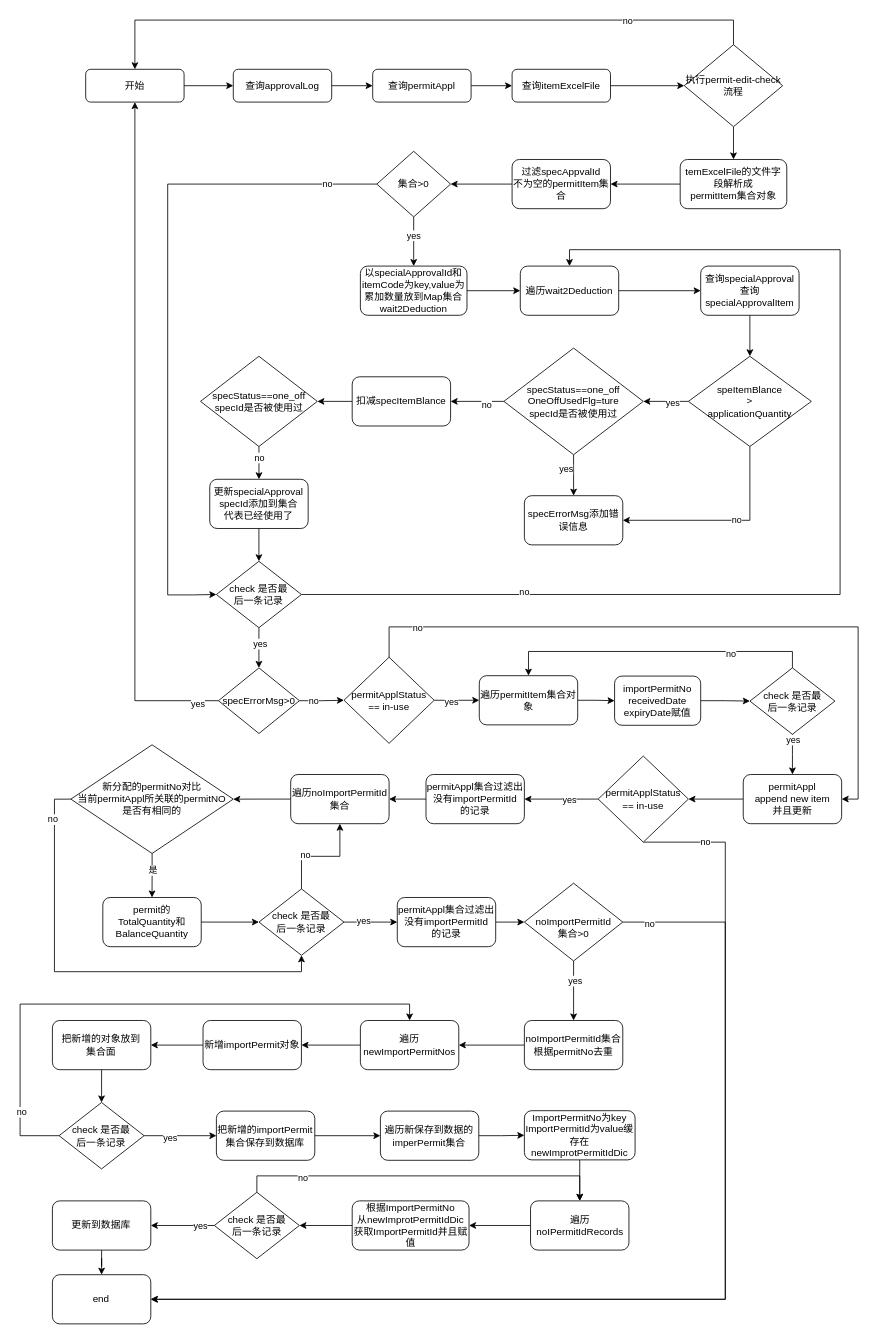
This is permit-append-appraved.drawio from 1119132473/doc, a draw.io file, before an edit. Source tidied: cells renumbered, new cells numbered last; positions are measured from the earlier drawing's top-left corner, leaving out a move shared by most shapes. Both pictures are drawn from the tidied source at 82%, with x=0, y=0 at pixel (20, 20).
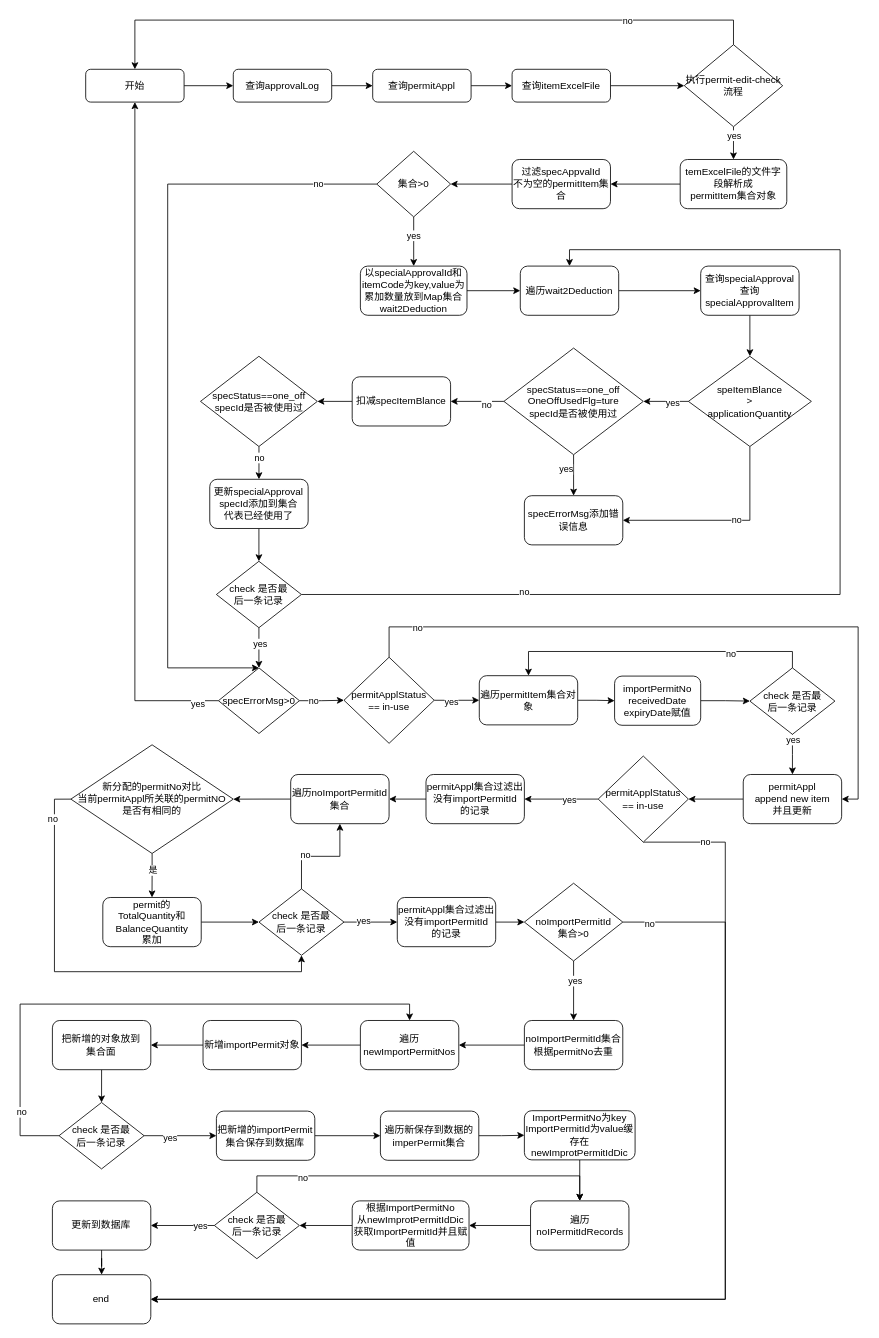
The same diagram, later.

The change refers to these unchanged cells:
```xml
<mxCell id="12" style="edgeStyle=orthogonalEdgeStyle;rounded=0;jettySize=auto;html=1;" parent="1" edge="1" source="13" target="15">
  <mxGeometry relative="1" as="geometry" />
</mxCell>
<mxCell id="22" value="集合&amp;gt;0" style="rhombus;whiteSpace=wrap;html=1;" parent="1" vertex="1">
  <mxGeometry x="435" y="160" width="90" height="80" as="geometry" />
</mxCell>
<mxCell id="55" value="specErrorMsg&amp;gt;0" style="rhombus;whiteSpace=wrap;html=1;" parent="1" vertex="1">
  <mxGeometry x="241.9" y="790" width="98.8" height="80" as="geometry" />
</mxCell>
<mxCell id="65" value="&lt;div&gt;check 是否最&lt;/div&gt;&lt;div&gt;后一条记录&lt;/div&gt;" style="rhombus;whiteSpace=wrap;html=1;" parent="1" vertex="1">
  <mxGeometry x="239.4" y="660" width="103.7" height="81" as="geometry" />
</mxCell>
```

What changed in the source:
```diff
@@
+    <mxCell id="132" value="yes" style="edgeLabel;html=1;align=center;verticalAlign=middle;" parent="12" vertex="1">
+      <mxGeometry x="-0.66" relative="1" as="geometry">
+        <mxPoint y="3" as="offset" />
+      </mxGeometry>
+    </mxCell>
@@
-    <mxCell id="20" style="edgeStyle=orthogonalEdgeStyle;rounded=0;jettySize=auto;html=1;entryX=0;entryY=0.5;entryDx=0;entryDy=0;" parent="1" edge="1" source="22" target="65">
+    <mxCell id="20" style="edgeStyle=orthogonalEdgeStyle;rounded=0;jettySize=auto;html=1;entryX=0.5;entryY=0;entryDx=0;entryDy=0;" parent="1" edge="1" source="22" target="55">
       <mxGeometry relative="1" as="geometry">
         <Array as="points">
           <mxPoint x="180" y="200" />
-          <mxPoint x="180" y="701" />
-          <mxPoint x="210" y="701" />
+          <mxPoint x="180" y="790" />
         </Array>
       </mxGeometry>
     </mxCell>
@@
-    <mxCell id="88" value="&lt;div&gt;permit的&lt;/div&gt;&lt;div&gt;TotalQuantity和&lt;/div&gt;&lt;div&gt;BalanceQuantity&lt;/div&gt;" style="rounded=1;whiteSpace=wrap;html=1;" parent="1" vertex="1">
+    <mxCell id="88" value="&lt;div&gt;permit的&lt;/div&gt;&lt;div&gt;TotalQuantity和&lt;/div&gt;&lt;div&gt;BalanceQuantity&lt;/div&gt;累加" style="rounded=1;whiteSpace=wrap;html=1;" parent="1" vertex="1">
       <mxGeometry x="100.9" y="1070" width="120" height="60" as="geometry" />
     </mxCell>
```
